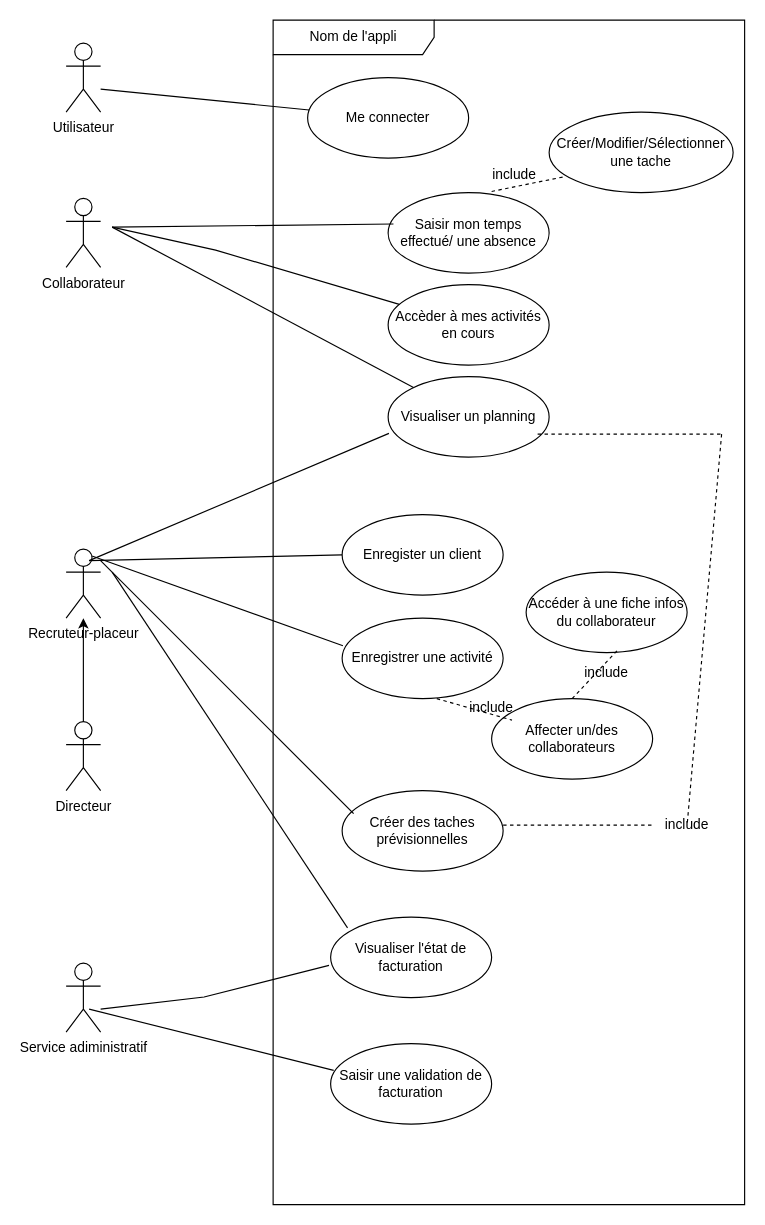
This is UX-UI/UserCase.drawio from rahinsoo/G2-P25-111801-fil_rouge-D10, a draw.io file, before an edit. Source tidied: cells renumbered, new cells numbered last; positions are measured from the earlier drawing's top-left corner, leaving out a move shared by most shapes. Both pictures are drawn from the tidied source at 115%, with x=0, y=0 at pixel (66, 20).
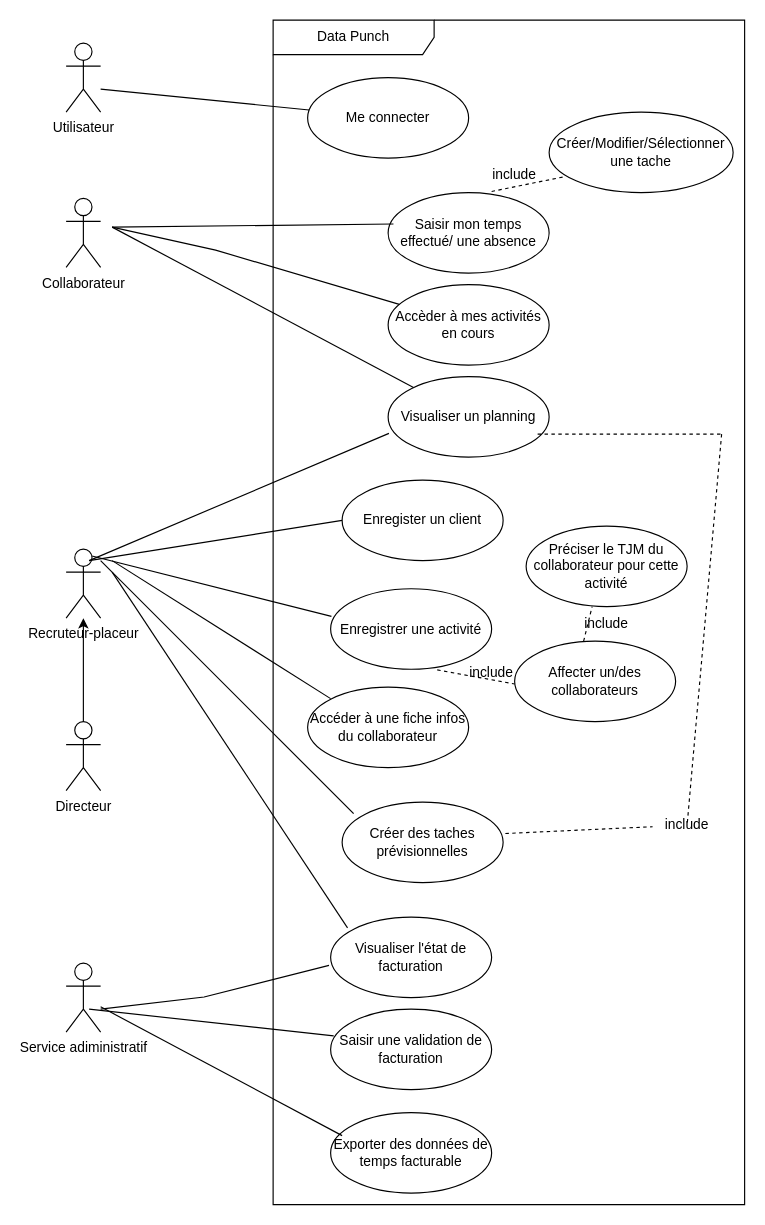
The same diagram, later.

Commit message:
Mettre à jour UserCase.drawio

Unchanged cells that the change refers to:
```xml
<mxCell id="29" value="include" style="text;html=1;whiteSpace=wrap;strokeColor=none;fillColor=none;align=center;verticalAlign=middle;rounded=0;" parent="1" vertex="1">
  <mxGeometry x="510" y="685" width="60" height="30" as="geometry" />
</mxCell>
<mxCell id="35" value="Service adiministratif" style="shape=umlActor;verticalLabelPosition=bottom;verticalAlign=top;html=1;" parent="1" vertex="1">
  <mxGeometry y="820" width="30" height="60" as="geometry" />
</mxCell>
```

Diff of the diagram source:
```diff
@@
-    <mxCell id="2" value="Nom de l'appli" style="shape=umlFrame;whiteSpace=wrap;html=1;width=140;height=30;" parent="1" vertex="1">
+    <mxCell id="2" value="Data Punch" style="shape=umlFrame;whiteSpace=wrap;html=1;width=140;height=30;" parent="1" vertex="1">
       <mxGeometry x="180" width="410" height="1030" as="geometry" />
     </mxCell>
@@
     <mxCell id="15" value="Enregister un client" style="ellipse;whiteSpace=wrap;html=1;" parent="1" vertex="1">
-      <mxGeometry x="240" y="430" width="140" height="70" as="geometry" />
+      <mxGeometry x="240" y="400" width="140" height="70" as="geometry" />
     </mxCell>
     <mxCell id="16" value="Enregistrer une activité" style="ellipse;whiteSpace=wrap;html=1;" parent="1" vertex="1">
-      <mxGeometry x="240" y="520" width="140" height="70" as="geometry" />
+      <mxGeometry x="230" y="494.5" width="140" height="70" as="geometry" />
     </mxCell>
     <mxCell id="17" value="Créer des taches prévisionnelles" style="ellipse;whiteSpace=wrap;html=1;" parent="1" vertex="1">
-      <mxGeometry x="240" y="670" width="140" height="70" as="geometry" />
+      <mxGeometry x="240" y="680" width="140" height="70" as="geometry" />
     </mxCell>
     <mxCell id="18" value="Affecter un/des collaborateurs" style="ellipse;whiteSpace=wrap;html=1;" parent="1" vertex="1">
-      <mxGeometry x="370" y="590" width="140" height="70" as="geometry" />
+      <mxGeometry x="390" y="540" width="140" height="70" as="geometry" />
     </mxCell>
@@
-    <mxCell id="24" style="endArrow=none;html=1;rounded=0;entryX=0.038;entryY=0.267;entryDx=0;entryDy=0;entryPerimeter=0;exitX=0.5;exitY=1;exitDx=0;exitDy=0;dashed=1;" parent="1" edge="1">
+    <mxCell id="24" style="endArrow=none;html=1;rounded=0;entryX=0;entryY=0.5;entryDx=0;entryDy=0;exitX=0.662;exitY=0.974;exitDx=0;exitDy=0;dashed=1;exitPerimeter=0;" parent="1" edge="1">
       <mxGeometry relative="1" as="geometry">
-        <mxPoint x="322.3" y="590" as="sourcePoint" />
-        <mxPoint x="387.7" y="608.7" as="targetPoint" />
+        <mxPoint x="322.7" y="565" as="sourcePoint" />
+        <mxPoint x="390" y="577.3" as="targetPoint" />
       </mxGeometry>
     </mxCell>
@@
-    <mxCell id="26" style="endArrow=none;html=1;rounded=0;dashed=1;" parent="1" edge="1" target="29">
-      <mxGeometry relative="1" as="geometry">
-        <mxPoint x="380" y="700" as="sourcePoint" />
-      </mxGeometry>
+    <mxCell id="26" style="endArrow=none;html=1;rounded=0;dashed=1;exitX=1.014;exitY=0.39;exitDx=0;exitDy=0;exitPerimeter=0;" parent="1" edge="1" source="17" target="29">
+      <mxGeometry relative="1" as="geometry" />
     </mxCell>
@@
     <mxCell id="30" value="include&lt;div&gt;&lt;br&gt;&lt;/div&gt;" style="text;html=1;whiteSpace=wrap;strokeColor=none;fillColor=none;align=center;verticalAlign=middle;rounded=0;" parent="1" vertex="1">
-      <mxGeometry x="340" y="590" width="60" height="30" as="geometry" />
+      <mxGeometry x="340" y="560" width="60" height="30" as="geometry" />
     </mxCell>
@@
     <mxCell id="34" value="Saisir une validation de facturation" style="ellipse;whiteSpace=wrap;html=1;" parent="1" vertex="1">
-      <mxGeometry x="230" y="890" width="140" height="70" as="geometry" />
+      <mxGeometry x="230" y="860" width="140" height="70" as="geometry" />
     </mxCell>
@@
-    <mxCell id="39" value="Accéder à une fiche infos du collaborateur" style="ellipse;whiteSpace=wrap;html=1;" parent="1" vertex="1">
-      <mxGeometry x="400" y="480" width="140" height="70" as="geometry" />
+    <mxCell id="39" value="Préciser le TJM du collaborateur pour cette activité" style="ellipse;whiteSpace=wrap;html=1;" parent="1" vertex="1">
+      <mxGeometry x="400" y="440" width="140" height="70" as="geometry" />
     </mxCell>
-    <mxCell id="40" style="endArrow=none;html=1;rounded=0;entryX=0.567;entryY=0.971;entryDx=0;entryDy=0;entryPerimeter=0;dashed=1;" parent="1" edge="1" target="39">
-      <mxGeometry relative="1" as="geometry">
-        <mxPoint x="440" y="590" as="sourcePoint" />
-      </mxGeometry>
-    </mxCell>
+    <mxCell id="42" value="Exporter des données de temps facturable" style="ellipse;whiteSpace=wrap;html=1;" parent="1" vertex="1">
+      <mxGeometry x="230" y="950" width="140" height="70" as="geometry" />
+    </mxCell>
+    <mxCell id="43" style="endArrow=none;html=1;rounded=0;" parent="1" edge="1" source="35">
+      <mxGeometry relative="1" as="geometry">
+        <mxPoint x="240" y="970" as="targetPoint" />
+      </mxGeometry>
+    </mxCell>
+    <mxCell id="44" value="Accéder à une fiche infos du collaborateur" style="ellipse;whiteSpace=wrap;html=1;" parent="1" vertex="1">
+      <mxGeometry x="210" y="580" width="140" height="70" as="geometry" />
+    </mxCell>
+    <mxCell id="45" style="endArrow=none;html=1;rounded=0;" parent="1" edge="1">
+      <mxGeometry relative="1" as="geometry">
+        <mxPoint x="40" y="470" as="sourcePoint" />
+        <mxPoint x="230" y="590" as="targetPoint" />
+      </mxGeometry>
+    </mxCell>
+    <mxCell id="46" style="endArrow=none;html=1;rounded=0;entryX=0.41;entryY=1;entryDx=0;entryDy=0;entryPerimeter=0;dashed=1;" parent="1" edge="1" target="39">
+      <mxGeometry relative="1" as="geometry">
+        <mxPoint x="450" y="540" as="sourcePoint" />
+      </mxGeometry>
+    </mxCell>
-    <mxCell id="41" value="include&lt;div&gt;&lt;br&gt;&lt;/div&gt;" style="text;html=1;whiteSpace=wrap;strokeColor=none;fillColor=none;align=center;verticalAlign=middle;rounded=0;" parent="1" vertex="1">
-      <mxGeometry x="440" y="560" width="60" height="30" as="geometry" />
+    <mxCell id="41" value="include" style="text;html=1;whiteSpace=wrap;strokeColor=none;fillColor=none;align=center;verticalAlign=middle;rounded=0;" parent="1" vertex="1">
+      <mxGeometry x="440" y="510" width="60" height="30" as="geometry" />
     </mxCell>
```
